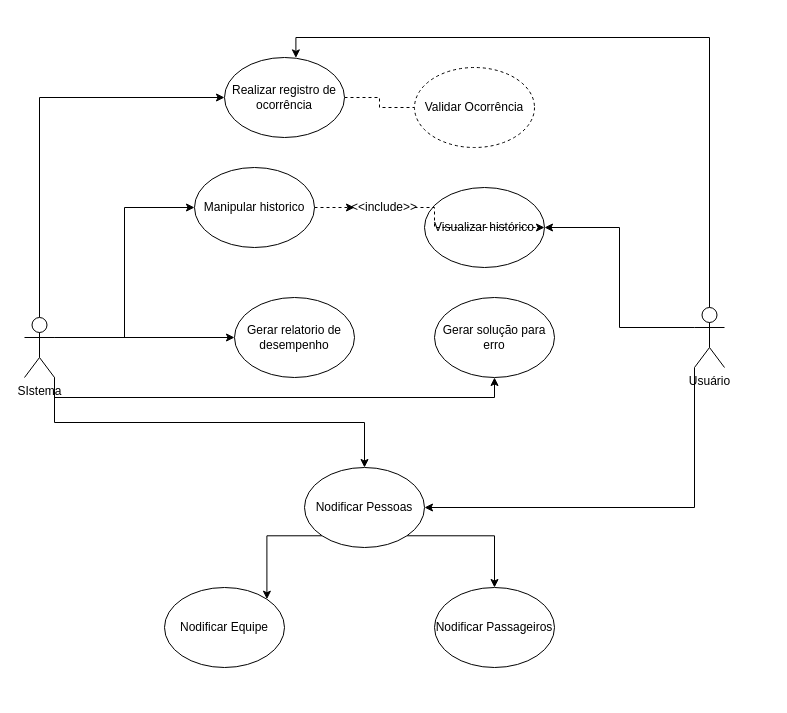
Before: Malha ferroviaria01.drawio in mariaalicen/DiagramasUML, a draw.io diagram. Source tidied: cells renumbered, new cells numbered last; positions are measured from the earlier drawing's top-left corner, leaving out a move shared by most shapes. Both pictures are drawn from the tidied source at 100%, with x=0, y=0 at pixel (24, 57).
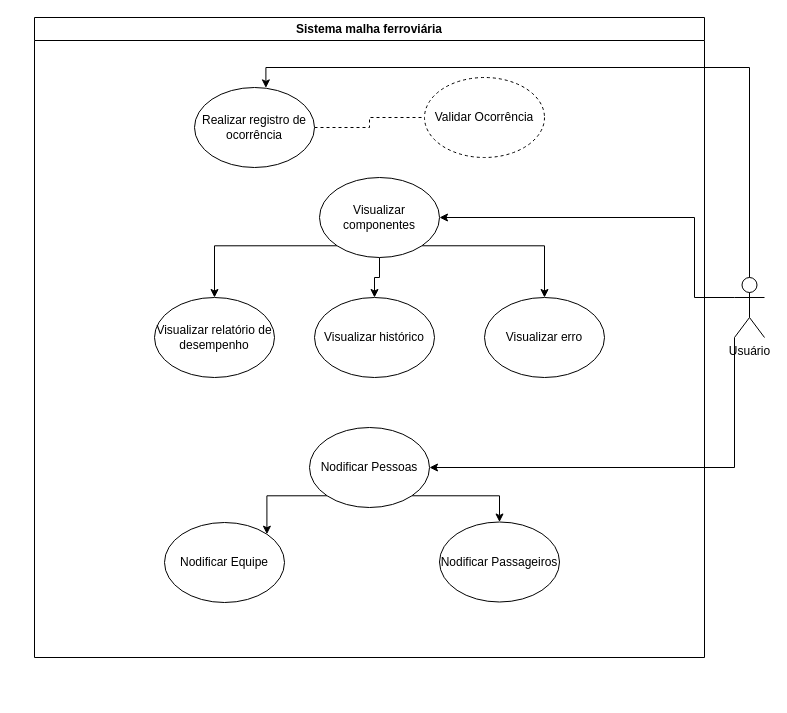
The same diagram, later.

Change to the diagram source:
```diff
@@
-    <mxCell id="2" style="edgeStyle=orthogonalEdgeStyle;rounded=0;jettySize=auto;html=1;exitX=0.5;exitY=0;exitDx=0;exitDy=0;exitPerimeter=0;entryX=0;entryY=0.5;entryDx=0;entryDy=0;fontFamily=Helvetica;fontSize=12;fontColor=default;" parent="1" edge="1" source="7" target="12">
-      <mxGeometry relative="1" as="geometry" />
-    </mxCell>
-    <mxCell id="3" style="edgeStyle=orthogonalEdgeStyle;rounded=0;jettySize=auto;html=1;exitX=1;exitY=0.3333333333333333;exitDx=0;exitDy=0;exitPerimeter=0;entryX=0;entryY=0.5;entryDx=0;entryDy=0;fontFamily=Helvetica;fontSize=12;fontColor=default;" parent="1" edge="1" source="7" target="23">
-      <mxGeometry relative="1" as="geometry" />
-    </mxCell>
-    <mxCell id="4" style="edgeStyle=orthogonalEdgeStyle;rounded=0;jettySize=auto;html=1;exitX=1;exitY=0.3333333333333333;exitDx=0;exitDy=0;exitPerimeter=0;fontFamily=Helvetica;fontSize=12;fontColor=default;" parent="1" edge="1" source="7" target="19">
-      <mxGeometry relative="1" as="geometry" />
-    </mxCell>
-    <mxCell id="5" style="edgeStyle=orthogonalEdgeStyle;rounded=0;jettySize=auto;html=1;exitX=1;exitY=1;exitDx=0;exitDy=0;exitPerimeter=0;fontFamily=Helvetica;fontSize=12;fontColor=default;" parent="1" edge="1" source="7" target="16">
-      <mxGeometry relative="1" as="geometry" />
-    </mxCell>
-    <mxCell id="6" style="edgeStyle=orthogonalEdgeStyle;rounded=0;jettySize=auto;html=1;exitX=1;exitY=1;exitDx=0;exitDy=0;exitPerimeter=0;entryX=0.5;entryY=1;entryDx=0;entryDy=0;fontFamily=Helvetica;fontSize=12;fontColor=default;" parent="1" edge="1" source="7" target="13">
-      <mxGeometry relative="1" as="geometry" />
-    </mxCell>
-    <mxCell id="7" value="SIstema" style="shape=umlActor;verticalLabelPosition=bottom;verticalAlign=top;html=1;outlineConnect=0;" parent="1" vertex="1">
-      <mxGeometry y="260" width="30" height="60" as="geometry" />
-    </mxCell>
-    <mxCell id="8" style="edgeStyle=orthogonalEdgeStyle;rounded=0;jettySize=auto;html=1;exitX=0;exitY=0.3333333333333333;exitDx=0;exitDy=0;exitPerimeter=0;entryX=1;entryY=0.5;entryDx=0;entryDy=0;fontFamily=Helvetica;fontSize=12;fontColor=default;" parent="1" edge="1" source="10" target="18">
-      <mxGeometry relative="1" as="geometry" />
-    </mxCell>
@@
+    <mxCell id="27" style="edgeStyle=orthogonalEdgeStyle;rounded=0;jettySize=auto;html=1;exitX=0;exitY=0.3333333333333333;exitDx=0;exitDy=0;exitPerimeter=0;entryX=1;entryY=0.5;entryDx=0;entryDy=0;" parent="1" edge="1" source="10" target="23">
+      <mxGeometry relative="1" as="geometry">
+        <Array as="points">
+          <mxPoint x="670" y="160" />
+        </Array>
+      </mxGeometry>
+    </mxCell>
     <mxCell id="10" value="Usuário" style="shape=umlActor;verticalLabelPosition=bottom;verticalAlign=top;html=1;outlineConnect=0;" parent="1" vertex="1">
-      <mxGeometry x="670" y="250" width="30" height="60" as="geometry" />
+      <mxGeometry x="710" y="220" width="30" height="60" as="geometry" />
     </mxCell>
@@
     <mxCell id="12" value="Realizar registro de ocorrência" style="ellipse;whiteSpace=wrap;html=1;" parent="1" vertex="1">
-      <mxGeometry x="200" width="120" height="80" as="geometry" />
+      <mxGeometry x="170" y="30" width="120" height="80" as="geometry" />
     </mxCell>
-    <mxCell id="13" value="Gerar solução para erro" style="ellipse;whiteSpace=wrap;html=1;" parent="1" vertex="1">
-      <mxGeometry x="410" y="240" width="120" height="80" as="geometry" />
-    </mxCell>
@@
     <mxCell id="16" value="Nodificar Pessoas" style="ellipse;whiteSpace=wrap;html=1;" parent="1" vertex="1">
-      <mxGeometry x="280" y="410" width="120" height="80" as="geometry" />
+      <mxGeometry x="285" y="370" width="120" height="80" as="geometry" />
     </mxCell>
     <mxCell id="17" value="Validar Ocorrência" style="ellipse;whiteSpace=wrap;html=1;dashed=1;" parent="1" vertex="1">
-      <mxGeometry x="390" y="10" width="120" height="80" as="geometry" />
+      <mxGeometry x="400" y="20" width="120" height="80" as="geometry" />
     </mxCell>
     <mxCell id="18" value="Visualizar histórico" style="ellipse;whiteSpace=wrap;html=1;" parent="1" vertex="1">
-      <mxGeometry x="400" y="130" width="120" height="80" as="geometry" />
+      <mxGeometry x="290" y="240" width="120" height="80" as="geometry" />
     </mxCell>
-    <mxCell id="19" value="Gerar relatorio de desempenho" style="ellipse;whiteSpace=wrap;html=1;" parent="1" vertex="1">
-      <mxGeometry x="210" y="240" width="120" height="80" as="geometry" />
+    <mxCell id="19" value="Visualizar relatório de desempenho" style="ellipse;whiteSpace=wrap;html=1;" parent="1" vertex="1">
+      <mxGeometry x="130" y="240" width="120" height="80" as="geometry" />
     </mxCell>
     <mxCell id="20" value="Nodificar Equipe" style="ellipse;whiteSpace=wrap;html=1;" parent="1" vertex="1">
-      <mxGeometry x="140" y="530" width="120" height="80" as="geometry" />
+      <mxGeometry x="140" y="465" width="120" height="80" as="geometry" />
     </mxCell>
     <mxCell id="21" value="Nodificar Passageiros" style="ellipse;whiteSpace=wrap;html=1;" parent="1" vertex="1">
-      <mxGeometry x="410" y="530" width="120" height="80" as="geometry" />
+      <mxGeometry x="415" y="464.5" width="120" height="80" as="geometry" />
     </mxCell>
-    <mxCell id="22" style="edgeStyle=orthogonalEdgeStyle;rounded=0;jettySize=auto;html=1;exitX=1;exitY=0.5;exitDx=0;exitDy=0;fontFamily=Helvetica;fontSize=12;fontColor=default;dashed=1;" parent="1" edge="1" source="26" target="18">
-      <mxGeometry relative="1" as="geometry" />
-    </mxCell>
+    <mxCell id="28" style="edgeStyle=orthogonalEdgeStyle;rounded=0;jettySize=auto;html=1;exitX=0;exitY=1;exitDx=0;exitDy=0;" parent="1" edge="1" source="23" target="19">
+      <mxGeometry relative="1" as="geometry" />
+    </mxCell>
+    <mxCell id="29" style="edgeStyle=orthogonalEdgeStyle;rounded=0;jettySize=auto;html=1;exitX=0.5;exitY=1;exitDx=0;exitDy=0;" parent="1" edge="1" source="23" target="18">
+      <mxGeometry relative="1" as="geometry" />
+    </mxCell>
+    <mxCell id="30" style="edgeStyle=orthogonalEdgeStyle;rounded=0;jettySize=auto;html=1;exitX=1;exitY=1;exitDx=0;exitDy=0;" parent="1" edge="1" source="23" target="13">
+      <mxGeometry relative="1" as="geometry" />
+    </mxCell>
-    <mxCell id="23" value="Manipular historico" style="ellipse;whiteSpace=wrap;html=1;" parent="1" vertex="1">
-      <mxGeometry x="170" y="110" width="120" height="80" as="geometry" />
+    <mxCell id="23" value="Visualizar componentes" style="ellipse;whiteSpace=wrap;html=1;" parent="1" vertex="1">
+      <mxGeometry x="295" y="120" width="120" height="80" as="geometry" />
     </mxCell>
@@
-    <mxCell id="25" style="edgeStyle=orthogonalEdgeStyle;rounded=0;jettySize=auto;html=1;exitX=1;exitY=0.5;exitDx=0;exitDy=0;fontFamily=Helvetica;fontSize=12;fontColor=default;dashed=1;" parent="1" edge="1" source="23" target="26">
-      <mxGeometry relative="1" as="geometry" />
-    </mxCell>
-    <mxCell id="26" value="&amp;lt;&amp;lt;include&amp;gt;&amp;gt;" style="text;html=1;align=center;verticalAlign=middle;whiteSpace=wrap;rounded=0;fontFamily=Helvetica;fontSize=12;fontColor=default;" parent="1" vertex="1">
-      <mxGeometry x="330" y="135" width="60" height="30" as="geometry" />
-    </mxCell>
+    <mxCell id="13" value="Visualizar erro" style="ellipse;whiteSpace=wrap;html=1;" parent="1" vertex="1">
+      <mxGeometry x="460" y="240" width="120" height="80" as="geometry" />
+    </mxCell>
+    <mxCell id="31" style="edgeStyle=orthogonalEdgeStyle;rounded=0;orthogonalLoop=1;jettySize=auto;html=1;exitX=0.5;exitY=1;exitDx=0;exitDy=0;" parent="1" edge="1">
+      <mxGeometry relative="1" as="geometry">
+        <mxPoint x="345" y="630" as="sourcePoint" />
+        <mxPoint x="345" y="630" as="targetPoint" />
+      </mxGeometry>
+    </mxCell>
+    <mxCell id="32" value="Sistema malha ferroviária" style="swimlane;whiteSpace=wrap;html=1;" parent="1" vertex="1">
+      <mxGeometry x="10" y="-40" width="670" height="640" as="geometry" />
+    </mxCell>
```
